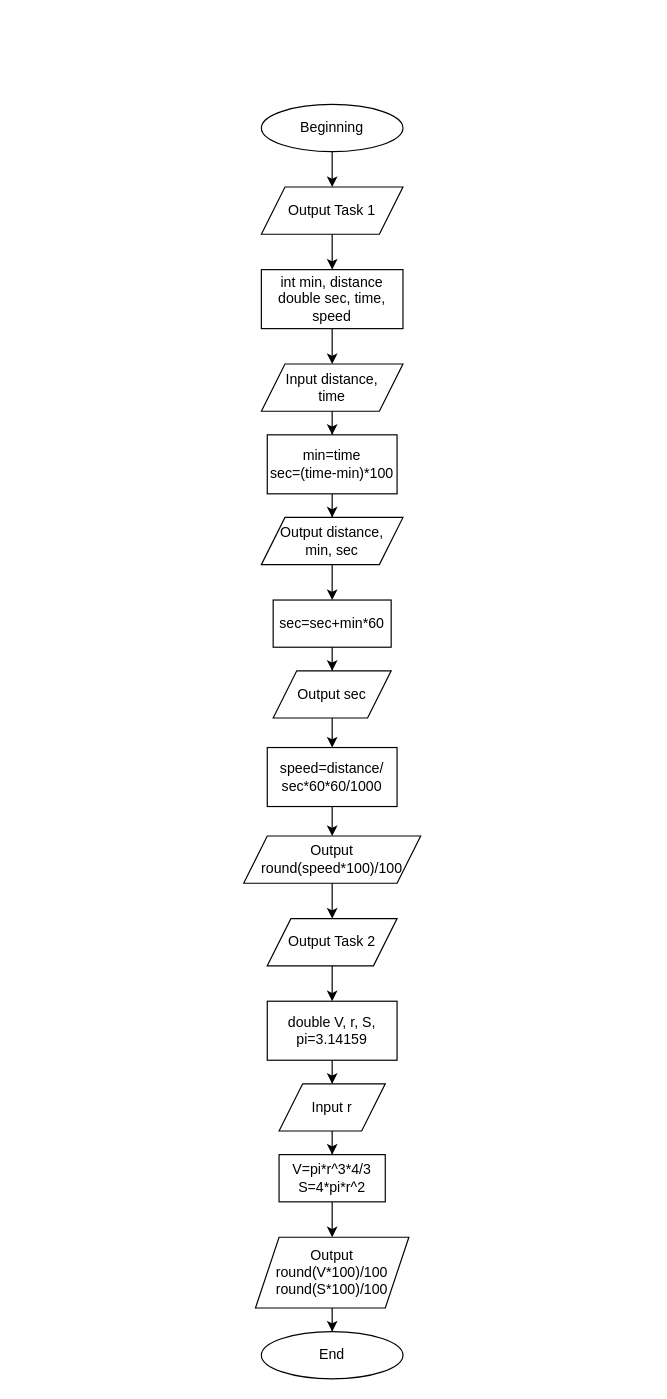
Zimnov1/Repo keeps this draw.io diagram as diagrams/Epic_7/vns_practice_work_task_3_zimnov_oleksandr_diagram.drawio. Above is the earlier version. Source tidied: cells renumbered, new cells numbered last; positions are measured from the earlier drawing's top-left corner, leaving out a move shared by most shapes. Both pictures are drawn from the tidied source at 118%, with x=0, y=0 at pixel (243, 104).
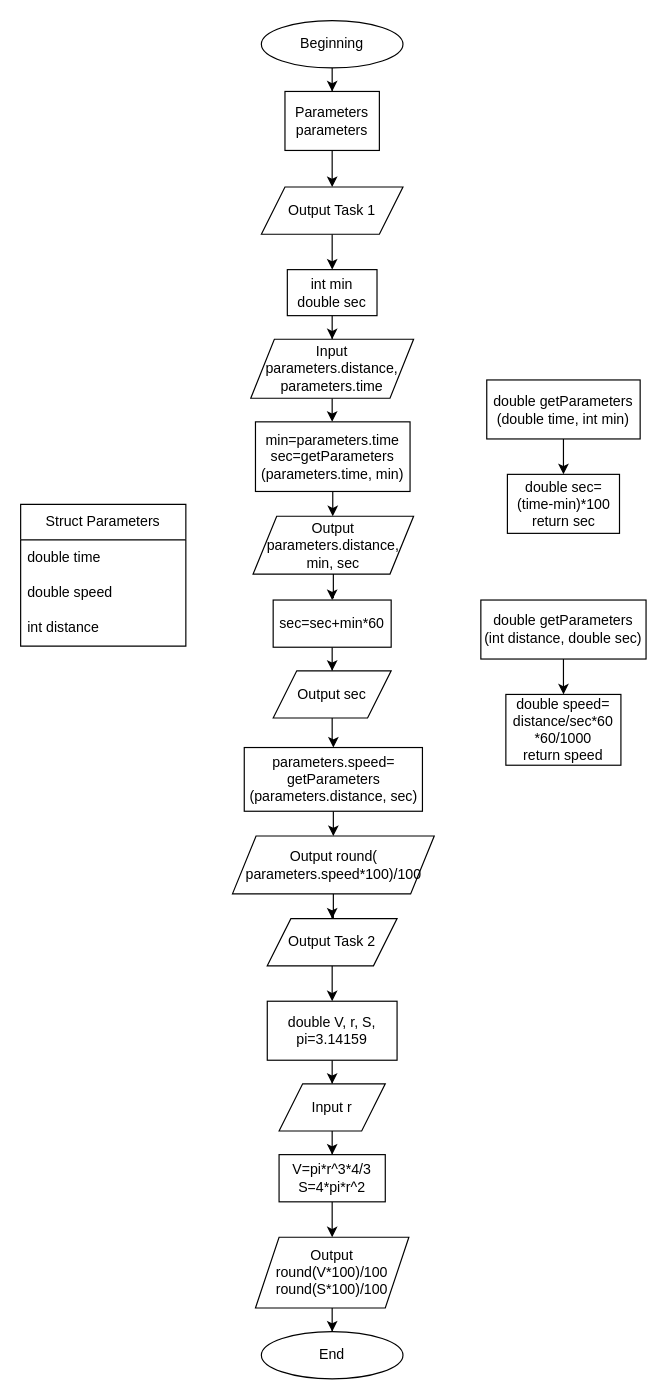
Above is the later version.

The change refers to these unchanged cells:
```xml
<mxCell id="5" value="Output Task 1" style="shape=parallelogram;perimeter=parallelogramPerimeter;whiteSpace=wrap;html=1;fixedSize=1;" parent="1" vertex="1">
  <mxGeometry x="15" y="70" width="120" height="40" as="geometry" />
</mxCell>
```

The edit, as a diff of the source:
```diff
@@
-    <mxCell id="2" style="edgeStyle=orthogonalEdgeStyle;rounded=0;jettySize=auto;html=1;" parent="1" edge="1" source="3" target="5">
-      <mxGeometry relative="1" as="geometry" />
-    </mxCell>
+    <mxCell id="33" style="edgeStyle=orthogonalEdgeStyle;rounded=0;jettySize=auto;html=1;" parent="1" edge="1" source="3" target="44">
+      <mxGeometry relative="1" as="geometry" />
+    </mxCell>
     <mxCell id="3" value="Beginning" style="ellipse;whiteSpace=wrap;html=1;" parent="1" vertex="1">
-      <mxGeometry x="15" width="120" height="40" as="geometry" />
+      <mxGeometry x="15" y="-71" width="120" height="40" as="geometry" />
     </mxCell>
@@
-    <mxCell id="7" value="int min, distance&lt;br&gt;double sec, time, speed" style="rounded=0;whiteSpace=wrap;html=1;" parent="1" vertex="1">
-      <mxGeometry x="15" y="140" width="120" height="50" as="geometry" />
+    <mxCell id="7" value="int min&lt;br&gt;double sec" style="rounded=0;whiteSpace=wrap;html=1;" parent="1" vertex="1">
+      <mxGeometry x="37" y="140" width="76" height="39" as="geometry" />
     </mxCell>
@@
-    <mxCell id="9" value="Input distance, &lt;br&gt;time" style="shape=parallelogram;perimeter=parallelogramPerimeter;whiteSpace=wrap;html=1;fixedSize=1;" parent="1" vertex="1">
-      <mxGeometry x="15" y="220" width="120" height="40" as="geometry" />
+    <mxCell id="9" value="Input parameters.distance, &lt;br&gt;parameters.time" style="shape=parallelogram;perimeter=parallelogramPerimeter;whiteSpace=wrap;html=1;fixedSize=1;" parent="1" vertex="1">
+      <mxGeometry x="6" y="199" width="138" height="50" as="geometry" />
     </mxCell>
     <mxCell id="10" style="edgeStyle=orthogonalEdgeStyle;rounded=0;jettySize=auto;html=1;" parent="1" edge="1" source="11" target="13">
-      <mxGeometry relative="1" as="geometry" />
+      <mxGeometry relative="1" as="geometry">
+        <Array as="points">
+          <mxPoint x="76" y="339" />
+          <mxPoint x="76" y="339" />
+        </Array>
+      </mxGeometry>
     </mxCell>
-    <mxCell id="11" value="min=time&lt;br&gt;sec=(time-min)*100" style="rounded=0;whiteSpace=wrap;html=1;" parent="1" vertex="1">
-      <mxGeometry x="20" y="280" width="110" height="50" as="geometry" />
+    <mxCell id="11" value="min=parameters.time&lt;br&gt;sec=getParameters&lt;br&gt;(parameters.time, min)" style="rounded=0;whiteSpace=wrap;html=1;" parent="1" vertex="1">
+      <mxGeometry x="10" y="269" width="131" height="59" as="geometry" />
     </mxCell>
@@
-    <mxCell id="13" value="Output distance, &lt;br&gt;min, sec" style="shape=parallelogram;perimeter=parallelogramPerimeter;whiteSpace=wrap;html=1;fixedSize=1;" parent="1" vertex="1">
-      <mxGeometry x="15" y="350" width="120" height="40" as="geometry" />
+    <mxCell id="13" value="Output parameters.distance, &lt;br&gt;min, sec" style="shape=parallelogram;perimeter=parallelogramPerimeter;whiteSpace=wrap;html=1;fixedSize=1;" parent="1" vertex="1">
+      <mxGeometry x="8" y="349" width="136" height="49" as="geometry" />
     </mxCell>
@@
-    <mxCell id="19" value="speed=distance/&lt;br&gt;sec*60*60/1000" style="rounded=0;whiteSpace=wrap;html=1;" parent="1" vertex="1">
-      <mxGeometry x="20" y="545" width="110" height="50" as="geometry" />
+    <mxCell id="19" value="parameters.speed=&lt;br&gt;getParameters&lt;br&gt;(parameters.distance, sec)" style="rounded=0;whiteSpace=wrap;html=1;" parent="1" vertex="1">
+      <mxGeometry x="0.5" y="545" width="151" height="54" as="geometry" />
     </mxCell>
@@
-    <mxCell id="21" value="Output round(speed*100)/100" style="shape=parallelogram;perimeter=parallelogramPerimeter;whiteSpace=wrap;html=1;fixedSize=1;" parent="1" vertex="1">
-      <mxGeometry y="620" width="150" height="40" as="geometry" />
+    <mxCell id="21" value="Output round(&lt;br&gt;parameters.speed*100)/100" style="shape=parallelogram;perimeter=parallelogramPerimeter;whiteSpace=wrap;html=1;fixedSize=1;" parent="1" vertex="1">
+      <mxGeometry x="-9.5" y="620" width="171" height="49" as="geometry" />
     </mxCell>
@@
+    <mxCell id="34" value="Struct Parameters" style="swimlane;fontStyle=0;horizontal=1;startSize=30;whiteSpace=wrap;html=1;" parent="1" vertex="1">
+      <mxGeometry x="-189" y="339" width="140" height="120" as="geometry" />
+    </mxCell>
+    <mxCell id="35" value="double time" style="text;strokeColor=none;fillColor=none;align=left;verticalAlign=middle;spacingLeft=4;spacingRight=4;overflow=hidden;whiteSpace=wrap;html=1;" parent="34" vertex="1">
+      <mxGeometry y="30" width="140" height="30" as="geometry" />
+    </mxCell>
+    <mxCell id="36" value="double speed" style="text;strokeColor=none;fillColor=none;align=left;verticalAlign=middle;spacingLeft=4;spacingRight=4;overflow=hidden;whiteSpace=wrap;html=1;" parent="34" vertex="1">
+      <mxGeometry y="60" width="140" height="30" as="geometry" />
+    </mxCell>
+    <mxCell id="37" value="int distance" style="text;strokeColor=none;fillColor=none;align=left;verticalAlign=middle;spacingLeft=4;spacingRight=4;overflow=hidden;whiteSpace=wrap;html=1;" parent="34" vertex="1">
+      <mxGeometry y="90" width="140" height="30" as="geometry" />
+    </mxCell>
+    <mxCell id="38" style="edgeStyle=orthogonalEdgeStyle;rounded=0;jettySize=auto;html=1;" parent="1" edge="1" source="39" target="40">
+      <mxGeometry relative="1" as="geometry" />
+    </mxCell>
+    <mxCell id="39" value="double getParameters&lt;br&gt;(double time, int min)" style="rounded=0;whiteSpace=wrap;html=1;" parent="1" vertex="1">
+      <mxGeometry x="206" y="233.5" width="130" height="50" as="geometry" />
+    </mxCell>
+    <mxCell id="40" value="double sec=&lt;br&gt;(time-min)*100&lt;br&gt;return sec" style="rounded=0;whiteSpace=wrap;html=1;" parent="1" vertex="1">
+      <mxGeometry x="223.5" y="313.5" width="95" height="50" as="geometry" />
+    </mxCell>
+    <mxCell id="41" style="edgeStyle=orthogonalEdgeStyle;rounded=0;jettySize=auto;html=1;" parent="1" edge="1" source="42" target="43">
+      <mxGeometry relative="1" as="geometry" />
+    </mxCell>
+    <mxCell id="42" value="double getParameters&lt;br&gt;(int distance, double sec)" style="rounded=0;whiteSpace=wrap;html=1;" parent="1" vertex="1">
+      <mxGeometry x="201" y="420" width="140" height="50" as="geometry" />
+    </mxCell>
+    <mxCell id="43" value="double speed=&lt;br&gt;distance/sec*60&lt;br&gt;*60/1000&lt;br&gt;return speed" style="rounded=0;whiteSpace=wrap;html=1;" parent="1" vertex="1">
+      <mxGeometry x="222.2" y="500" width="97.5" height="60" as="geometry" />
+    </mxCell>
+    <mxCell id="44" value="Parameters parameters" style="rounded=0;whiteSpace=wrap;html=1;" parent="1" vertex="1">
+      <mxGeometry x="35" y="-11" width="80" height="50" as="geometry" />
+    </mxCell>
+    <mxCell id="45" style="edgeStyle=orthogonalEdgeStyle;rounded=0;jettySize=auto;html=1;exitX=0.5;exitY=1;exitDx=0;exitDy=0;entryX=0.5;entryY=0;entryDx=0;entryDy=0;" parent="1" edge="1" source="44" target="5">
+      <mxGeometry relative="1" as="geometry" />
+    </mxCell>
```
